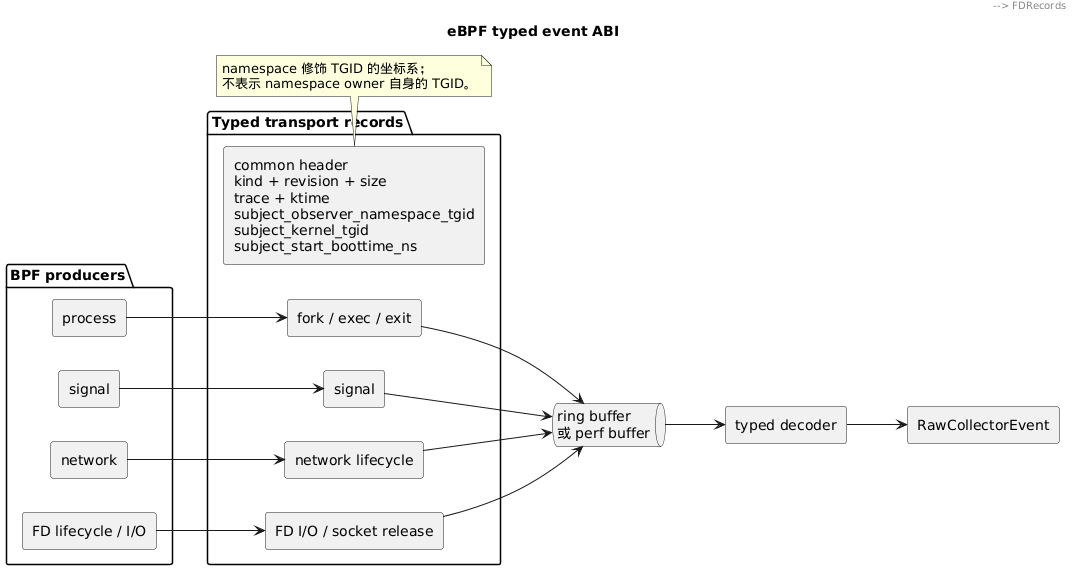
Earlier version of the PlantUML export docs/architecture/components/assets/ebpf-event-abi.png (openeuler-mirror/AcTrail). Its diagram source:
```plantuml
@startuml
title eBPF typed event ABI
left to right direction
skinparam componentStyle rectangle
skinparam shadowing false

package "BPF producers" {
  component "process" as Process
  component "signal" as Signal
  component "network" as Network
  component "FD lifecycle / I/O" as FdProducer
}

package "Typed transport records" {
  component "common header\nkind + revision + size\ntrace + ktime\nsubject_observer_namespace_tgid\nsubject_kernel_tgid\nsubject_start_boottime_ns" as Header
  component "fork / exec / exit" as ProcessRecords
  component "signal" as SignalRecord
  component "network lifecycle" as NetworkRecord
  component "FD I/O / socket release" as FDRecords
}

queue "ring buffer\n或 perf buffer" as Buffer
component "typed decoder" as Decoder
component "RawCollectorEvent" as Projection

Process --> ProcessRecords
Signal --> SignalRecord
Network --> NetworkRecord
FdProducer --> FDRecords
Header --> ProcessRecords
Header --> SignalRecord
Header --> NetworkRecord
Header --> FDRecords
ProcessRecords --> Buffer
SignalRecord --> Buffer
NetworkRecord --> Buffer
FDRecords --> Buffer
Buffer --> Decoder
Decoder --> Projection

note bottom of Header
  namespace 修饰 TGID 的坐标系；
  不表示 namespace owner 自身的 TGID。
end note
@enduml
```
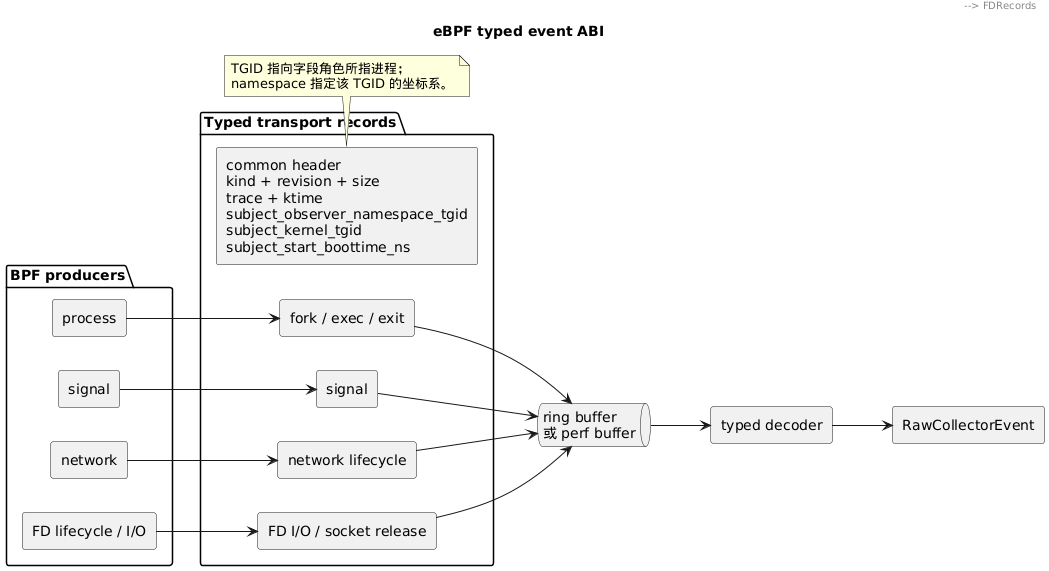
After the commit.

The edit, as a diff of the source:
```diff
@@ -39,7 +39,7 @@
 Decoder --> Projection
 
 note bottom of Header
-  namespace 修饰 TGID 的坐标系；
-  不表示 namespace owner 自身的 TGID。
+  TGID 指向字段角色所指进程；
+  namespace 指定该 TGID 的坐标系。
 end note
 @enduml
```
